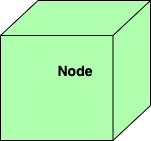
Above: Communicating Architecture/UML Deployment Diagram/Node.png in smitbmx/Architecture-Diagrams (draw.io), before the change. Source tidied: cells renumbered, new cells last; positions are measured from the earlier drawing's top-left corner, leaving out a move shared by most shapes. The source it was exported from:
```xml
<mxGraphModel>
  <root>
    <mxCell id="0" />
    <mxCell id="1" parent="0" />
    <mxCell id="2" value="&lt;b style=&quot;font-size: 14px;&quot;&gt;Node&lt;/b&gt;" style="html=1;whiteSpace=wrap;fillColor=#AFFFAF;shape=mxgraph.archimate3.node;align=center;fontSize=14;" parent="1" vertex="1">
      <mxGeometry width="150" height="140" as="geometry" />
    </mxCell>
  </root>
</mxGraphModel>
```
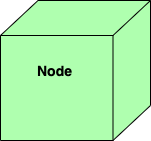
Later version of the same file.

The edit, as a diff of the source:
```diff
@@ -2,7 +2,7 @@
   <root>
     <mxCell id="0" />
     <mxCell id="1" parent="0" />
-    <mxCell id="2" value="&lt;b style=&quot;font-size: 14px;&quot;&gt;Node&lt;/b&gt;" style="html=1;whiteSpace=wrap;fillColor=#AFFFAF;shape=mxgraph.archimate3.node;align=center;fontSize=14;" parent="1" vertex="1">
+    <mxCell id="2" value="&lt;b style=&quot;font-size: 14px&quot;&gt;&amp;nbsp; &amp;nbsp; &amp;nbsp; &amp;nbsp; &amp;nbsp;Node&lt;/b&gt;" style="html=1;whiteSpace=wrap;fillColor=#AFFFAF;shape=mxgraph.archimate3.node;align=left;fontSize=14;" parent="1" vertex="1">
       <mxGeometry width="150" height="140" as="geometry" />
     </mxCell>
   </root>
```
